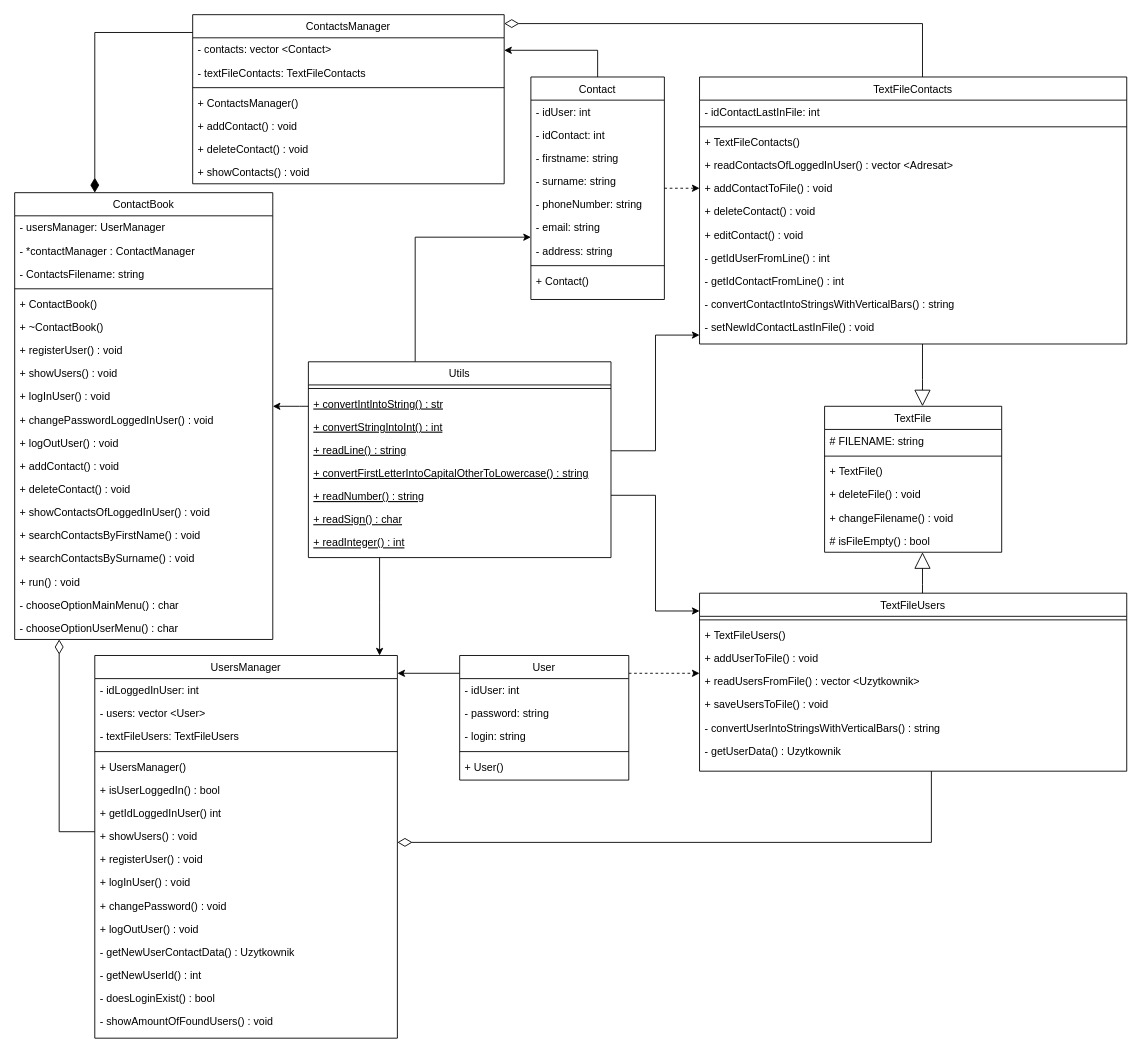
MichalWilczek/address-book-FutureProgrammer keeps this draw.io diagram as doc/contact-book.drawio. Above is the earlier version. Source tidied: cells renumbered, new cells numbered last; positions are measured from the earlier drawing's top-left corner, leaving out a move shared by most shapes. Both pictures are drawn from the tidied source at 89%, with x=0, y=0 at pixel (14, 14).
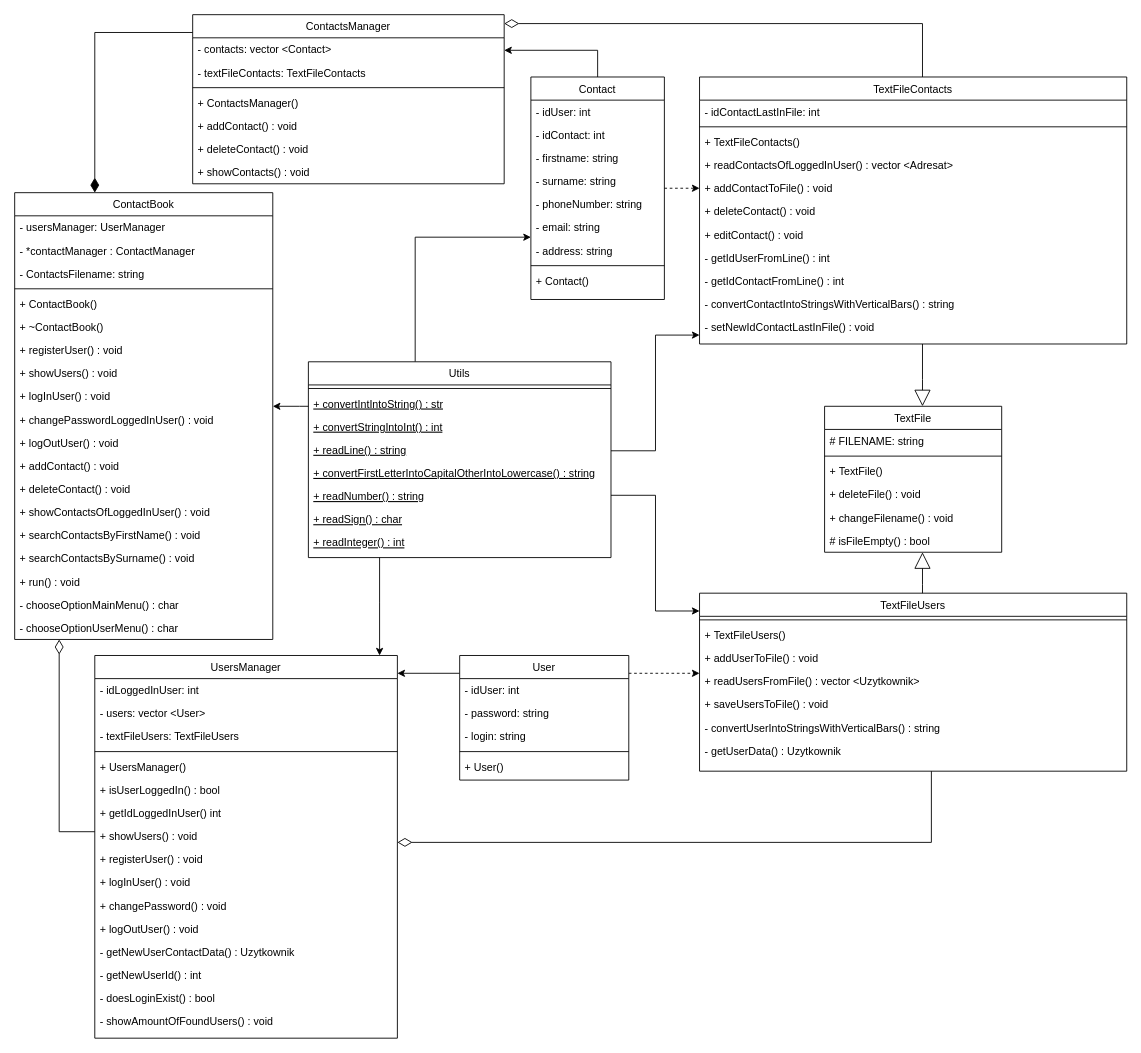
The same diagram, later.

Unchanged cells that the change refers to:
```xml
<mxCell id="27" value="Utils" style="swimlane;fontStyle=0;align=center;verticalAlign=top;horizontal=1;startSize=26;rounded=0;shadow=0;strokeWidth=1;" parent="1" vertex="1">
  <mxGeometry x="330" y="390" width="340" height="220" as="geometry" />
</mxCell>
```

The edit, as a diff of the source:
```diff
@@
-    <mxCell id="32" value="+ convertFirstLetterIntoCapitalOtherToLowercase() : string" style="text;align=left;verticalAlign=top;spacingLeft=4;spacingRight=4;overflow=hidden;fontStyle=4;" parent="27" vertex="1">
+    <mxCell id="32" value="+ convertFirstLetterIntoCapitalOtherIntoLowercase() : string" style="text;align=left;verticalAlign=top;spacingLeft=4;spacingRight=4;overflow=hidden;fontStyle=4;" parent="27" vertex="1">
       <mxGeometry y="112" width="340" height="26" as="geometry" />
     </mxCell>
```
